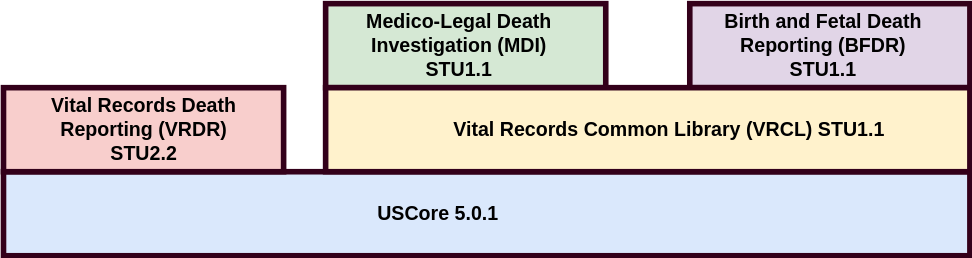
Before: input/images/HarmonizationPlan-Current.drawio.svg, a diagram exported from draw.io (HL7/vr-common-library). Source tidied: cells renumbered, new cells last; positions are measured from the earlier drawing's top-left corner, leaving out a move shared by most shapes. Its diagram source:
```xml
<mxGraphModel>
  <root>
    <mxCell id="0" />
    <mxCell id="1" parent="0" />
    <mxCell id="2" style="rounded=0;whiteSpace=wrap;html=1;strokeWidth=4;fillColor=#dae8fc;strokeColor=#33001A;fontSize=14;" parent="1" vertex="1">
      <mxGeometry y="120" width="690" height="60" as="geometry" />
    </mxCell>
    <mxCell id="3" style="rounded=0;whiteSpace=wrap;html=1;strokeWidth=4;fillColor=#f8cecc;strokeColor=#33001A;fontSize=14;" parent="1" vertex="1">
      <mxGeometry y="60" width="200" height="60" as="geometry" />
    </mxCell>
    <mxCell id="4" style="rounded=0;whiteSpace=wrap;html=1;strokeWidth=4;fillColor=#d5e8d4;strokeColor=#33001A;fontSize=14;" parent="1" vertex="1">
      <mxGeometry x="230" width="200" height="60" as="geometry" />
    </mxCell>
    <mxCell id="5" style="rounded=0;whiteSpace=wrap;html=1;strokeWidth=4;fillColor=#e1d5e7;strokeColor=#33001A;fontSize=14;" parent="1" vertex="1">
      <mxGeometry x="490" width="200" height="60" as="geometry" />
    </mxCell>
    <mxCell id="6" style="rounded=0;whiteSpace=wrap;html=1;strokeWidth=4;fillColor=#fff2cc;strokeColor=#33001A;fontSize=14;" parent="1" vertex="1">
      <mxGeometry x="230" y="60" width="460" height="60" as="geometry" />
    </mxCell>
    <mxCell id="7" value="Vital Records Death &lt;br&gt;Reporting (VRDR)&lt;br style=&quot;font-size: 14px;&quot;&gt;STU2.2" style="text;html=1;align=center;verticalAlign=middle;strokeColor=none;fillColor=none;strokeWidth=4;fontStyle=1;fontSize=14;" parent="1" vertex="1">
      <mxGeometry x="20" y="60" width="160" height="60" as="geometry" />
    </mxCell>
    <mxCell id="8" value="Medico-Legal Death &lt;br&gt;Investigation (MDI)&lt;br style=&quot;font-size: 14px;&quot;&gt;STU1.1" style="text;html=1;align=center;verticalAlign=middle;strokeColor=none;fillColor=none;strokeWidth=4;fontStyle=1;fontSize=14;" parent="1" vertex="1">
      <mxGeometry x="245" width="160" height="60" as="geometry" />
    </mxCell>
    <mxCell id="9" value="Birth and Fetal Death &lt;br&gt;Reporting (BFDR)&lt;br style=&quot;font-size: 14px;&quot;&gt;STU1.1" style="text;html=1;align=center;verticalAlign=middle;strokeColor=none;fillColor=none;strokeWidth=4;fontStyle=1;fontSize=14;" parent="1" vertex="1">
      <mxGeometry x="505" width="160" height="60" as="geometry" />
    </mxCell>
    <mxCell id="10" value="Vital Records Common Library (VRCL) STU1.1" style="text;html=1;align=center;verticalAlign=middle;strokeColor=none;fillColor=none;strokeWidth=4;fontStyle=1;fontSize=14;" parent="1" vertex="1">
      <mxGeometry x="310" y="75" width="330" height="30" as="geometry" />
    </mxCell>
    <mxCell id="11" value="USCore 5.0.1" style="text;html=1;align=center;verticalAlign=middle;strokeColor=none;fillColor=none;strokeWidth=4;fontStyle=1;fontSize=14;" parent="1" vertex="1">
      <mxGeometry x="255" y="135" width="110" height="30" as="geometry" />
    </mxCell>
  </root>
</mxGraphModel>
```
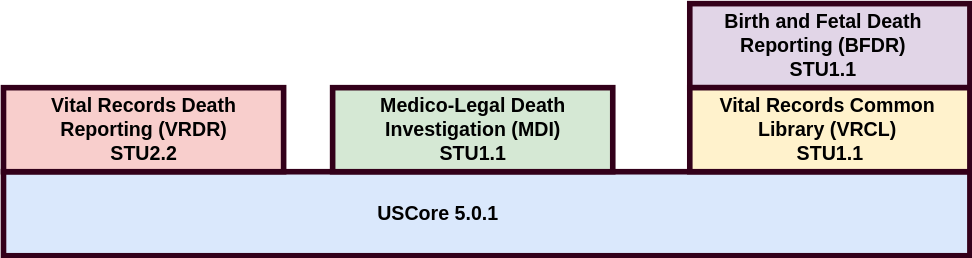
After the change.

Commit message:
update drawings and harmonization text

Diff of the diagram source:
```diff
@@ -9,25 +9,25 @@
       <mxGeometry y="60" width="200" height="60" as="geometry" />
     </mxCell>
     <mxCell id="4" style="rounded=0;whiteSpace=wrap;html=1;strokeWidth=4;fillColor=#d5e8d4;strokeColor=#33001A;fontSize=14;" parent="1" vertex="1">
-      <mxGeometry x="230" width="200" height="60" as="geometry" />
+      <mxGeometry x="235" y="60" width="200" height="60" as="geometry" />
     </mxCell>
     <mxCell id="5" style="rounded=0;whiteSpace=wrap;html=1;strokeWidth=4;fillColor=#e1d5e7;strokeColor=#33001A;fontSize=14;" parent="1" vertex="1">
       <mxGeometry x="490" width="200" height="60" as="geometry" />
     </mxCell>
     <mxCell id="6" style="rounded=0;whiteSpace=wrap;html=1;strokeWidth=4;fillColor=#fff2cc;strokeColor=#33001A;fontSize=14;" parent="1" vertex="1">
-      <mxGeometry x="230" y="60" width="460" height="60" as="geometry" />
+      <mxGeometry x="490" y="60" width="200" height="60" as="geometry" />
     </mxCell>
     <mxCell id="7" value="Vital Records Death &lt;br&gt;Reporting (VRDR)&lt;br style=&quot;font-size: 14px;&quot;&gt;STU2.2" style="text;html=1;align=center;verticalAlign=middle;strokeColor=none;fillColor=none;strokeWidth=4;fontStyle=1;fontSize=14;" parent="1" vertex="1">
       <mxGeometry x="20" y="60" width="160" height="60" as="geometry" />
     </mxCell>
     <mxCell id="8" value="Medico-Legal Death &lt;br&gt;Investigation (MDI)&lt;br style=&quot;font-size: 14px;&quot;&gt;STU1.1" style="text;html=1;align=center;verticalAlign=middle;strokeColor=none;fillColor=none;strokeWidth=4;fontStyle=1;fontSize=14;" parent="1" vertex="1">
-      <mxGeometry x="245" width="160" height="60" as="geometry" />
+      <mxGeometry x="255" y="60" width="160" height="60" as="geometry" />
     </mxCell>
     <mxCell id="9" value="Birth and Fetal Death &lt;br&gt;Reporting (BFDR)&lt;br style=&quot;font-size: 14px;&quot;&gt;STU1.1" style="text;html=1;align=center;verticalAlign=middle;strokeColor=none;fillColor=none;strokeWidth=4;fontStyle=1;fontSize=14;" parent="1" vertex="1">
       <mxGeometry x="505" width="160" height="60" as="geometry" />
     </mxCell>
-    <mxCell id="10" value="Vital Records Common Library (VRCL) STU1.1" style="text;html=1;align=center;verticalAlign=middle;strokeColor=none;fillColor=none;strokeWidth=4;fontStyle=1;fontSize=14;" parent="1" vertex="1">
-      <mxGeometry x="310" y="75" width="330" height="30" as="geometry" />
+    <mxCell id="10" value="Vital Records Common&amp;nbsp;&lt;div&gt;Library (VRCL)&amp;nbsp;&lt;/div&gt;&lt;div&gt;STU1.1&lt;/div&gt;" style="text;html=1;align=center;verticalAlign=middle;strokeColor=none;fillColor=none;strokeWidth=4;fontStyle=1;fontSize=14;" parent="1" vertex="1">
+      <mxGeometry x="505" y="60" width="170" height="60" as="geometry" />
     </mxCell>
     <mxCell id="11" value="USCore 5.0.1" style="text;html=1;align=center;verticalAlign=middle;strokeColor=none;fillColor=none;strokeWidth=4;fontStyle=1;fontSize=14;" parent="1" vertex="1">
       <mxGeometry x="255" y="135" width="110" height="30" as="geometry" />
```
